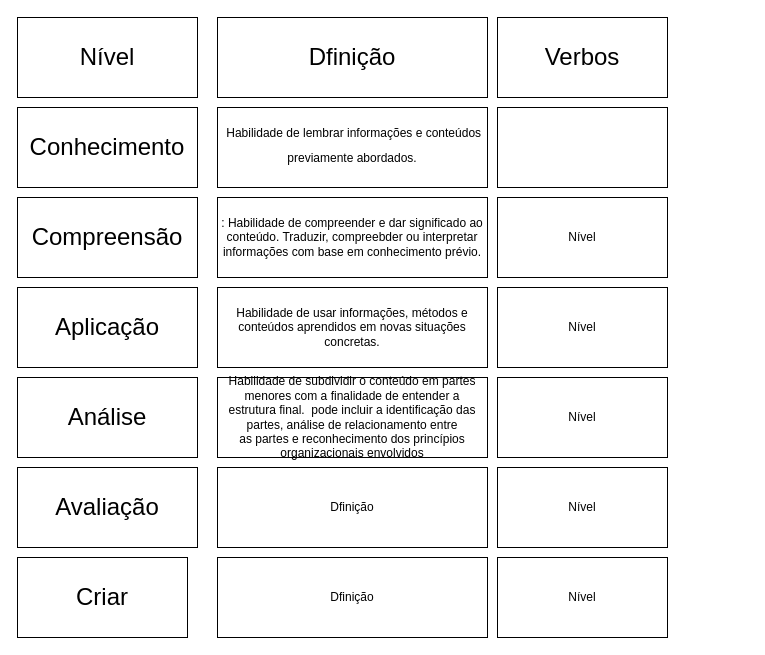
Earlier version of the draw.io diagram Tabela BLOOM.drawio (RosianeSangali/RosianeSangali). Source tidied: cells renumbered, new cells numbered last; positions are measured from the earlier drawing's top-left corner, leaving out a move shared by most shapes. Both pictures are drawn from the tidied source at 100%, with x=0, y=0 at pixel (17, 17).
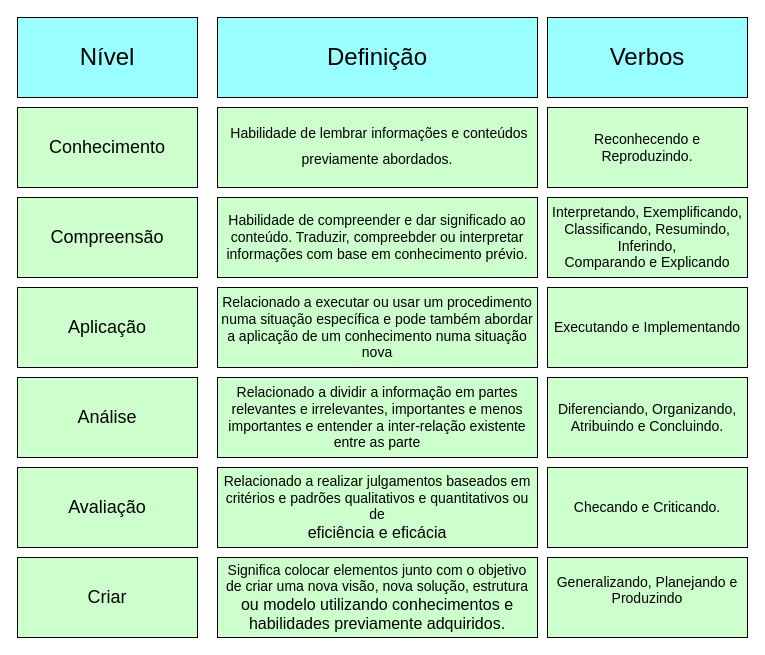
Above is the later version.

Diff of the diagram source:
```diff
@@
-    <mxCell id="2" value="&lt;font style=&quot;vertical-align: inherit; font-size: 24px;&quot;&gt;Conhecimento&lt;/font&gt;" style="rounded=0;whiteSpace=wrap;html=1;" parent="1" vertex="1">
+    <mxCell id="2" value="&lt;font style=&quot;vertical-align: inherit; font-size: 18px;&quot;&gt;Conhecimento&lt;/font&gt;" style="rounded=0;whiteSpace=wrap;html=1;fillColor=#CCFFCC;" parent="1" vertex="1">
       <mxGeometry y="90" width="180" height="80" as="geometry" />
     </mxCell>
-    <mxCell id="3" value="&lt;div&gt;&amp;nbsp;Habilidade de lembrar informações e conteúdos previamente abordados.&lt;span style=&quot;font-size: 24px;&quot;&gt;&lt;/span&gt;&lt;/div&gt;" style="rounded=0;whiteSpace=wrap;html=1;" parent="1" vertex="1">
-      <mxGeometry x="200" y="90" width="270" height="80" as="geometry" />
+    <mxCell id="3" value="&lt;div style=&quot;&quot;&gt;&lt;font style=&quot;font-size: 14px;&quot;&gt;&amp;nbsp;Habilidade de lembrar informações e conteúdos previamente abordados.&lt;/font&gt;&lt;span style=&quot;font-size: 24px;&quot;&gt;&lt;/span&gt;&lt;/div&gt;" style="rounded=0;whiteSpace=wrap;html=1;fillColor=#CCFFCC;" parent="1" vertex="1">
+      <mxGeometry x="200" y="90" width="320" height="80" as="geometry" />
     </mxCell>
-    <mxCell id="4" style="rounded=0;whiteSpace=wrap;html=1;" parent="1" vertex="1">
-      <mxGeometry x="480" y="90" width="170" height="80" as="geometry" />
+    <mxCell id="4" value="&lt;font style=&quot;font-size: 14px;&quot;&gt;Reconhecendo e Reproduzindo.&lt;/font&gt;" style="rounded=0;whiteSpace=wrap;html=1;fillColor=#CCFFCC;" parent="1" vertex="1">
+      <mxGeometry x="530" y="90" width="200" height="80" as="geometry" />
     </mxCell>
-    <mxCell id="5" value="&lt;font style=&quot;vertical-align: inherit; font-size: 24px;&quot;&gt;Compreensão&lt;/font&gt;" style="rounded=0;whiteSpace=wrap;html=1;" parent="1" vertex="1">
+    <mxCell id="5" value="&lt;font style=&quot;vertical-align: inherit; font-size: 18px;&quot;&gt;Compreensão&lt;/font&gt;" style="rounded=0;whiteSpace=wrap;html=1;fillColor=#CCFFCC;" parent="1" vertex="1">
       <mxGeometry y="180" width="180" height="80" as="geometry" />
     </mxCell>
-    <mxCell id="6" value="&lt;font style=&quot;vertical-align: inherit; font-size: 24px;&quot;&gt;Aplicação&lt;/font&gt;" style="rounded=0;whiteSpace=wrap;html=1;" parent="1" vertex="1">
+    <mxCell id="6" value="&lt;font style=&quot;vertical-align: inherit; font-size: 18px;&quot;&gt;Aplicação&lt;/font&gt;" style="rounded=0;whiteSpace=wrap;html=1;fillColor=#CCFFCC;" parent="1" vertex="1">
       <mxGeometry y="270" width="180" height="80" as="geometry" />
     </mxCell>
-    <mxCell id="7" value="&lt;font style=&quot;vertical-align: inherit; font-size: 24px;&quot;&gt;Análise&lt;/font&gt;" style="rounded=0;whiteSpace=wrap;html=1;" parent="1" vertex="1">
+    <mxCell id="7" value="&lt;font style=&quot;vertical-align: inherit; font-size: 18px;&quot;&gt;Análise&lt;/font&gt;" style="rounded=0;whiteSpace=wrap;html=1;fillColor=#CCFFCC;" parent="1" vertex="1">
       <mxGeometry y="360" width="180" height="80" as="geometry" />
     </mxCell>
-    <mxCell id="8" value="&lt;font style=&quot;vertical-align: inherit; font-size: 24px;&quot;&gt;Avaliação&lt;/font&gt;" style="rounded=0;whiteSpace=wrap;html=1;" parent="1" vertex="1">
+    <mxCell id="8" value="&lt;font style=&quot;vertical-align: inherit; font-size: 18px;&quot;&gt;Avaliação&lt;/font&gt;" style="rounded=0;whiteSpace=wrap;html=1;fillColor=#CCFFCC;" parent="1" vertex="1">
       <mxGeometry y="450" width="180" height="80" as="geometry" />
     </mxCell>
-    <mxCell id="9" value="&lt;font style=&quot;vertical-align: inherit; font-size: 24px;&quot;&gt;Criar&lt;/font&gt;" style="rounded=0;whiteSpace=wrap;html=1;" parent="1" vertex="1">
-      <mxGeometry y="540" width="170" height="80" as="geometry" />
+    <mxCell id="9" value="&lt;font style=&quot;vertical-align: inherit; font-size: 18px;&quot;&gt;Criar&lt;/font&gt;" style="rounded=0;whiteSpace=wrap;html=1;fillColor=#CCFFCC;" parent="1" vertex="1">
+      <mxGeometry y="540" width="180" height="80" as="geometry" />
     </mxCell>
-    <mxCell id="10" value="Nível" style="rounded=0;whiteSpace=wrap;html=1;" parent="1" vertex="1">
-      <mxGeometry x="480" y="180" width="170" height="80" as="geometry" />
+    <mxCell id="10" value="&lt;font style=&quot;vertical-align: inherit; font-size: 14px;&quot;&gt;Interpretando, Exemplificando, Classificando, Resumindo, Inferindo,&lt;br&gt;Comparando e Explicando&lt;/font&gt;" style="rounded=0;whiteSpace=wrap;html=1;fillColor=#CCFFCC;" parent="1" vertex="1">
+      <mxGeometry x="530" y="180" width="200" height="80" as="geometry" />
     </mxCell>
-    <mxCell id="11" value="Nível" style="rounded=0;whiteSpace=wrap;html=1;" parent="1" vertex="1">
-      <mxGeometry x="480" y="270" width="170" height="80" as="geometry" />
+    <mxCell id="11" value="&lt;font style=&quot;vertical-align: inherit; font-size: 14px;&quot;&gt;Executando e Implementando&lt;/font&gt;" style="rounded=0;whiteSpace=wrap;html=1;fillColor=#CCFFCC;" parent="1" vertex="1">
+      <mxGeometry x="530" y="270" width="200" height="80" as="geometry" />
     </mxCell>
-    <mxCell id="12" value="Nível" style="rounded=0;whiteSpace=wrap;html=1;" parent="1" vertex="1">
-      <mxGeometry x="480" y="360" width="170" height="80" as="geometry" />
+    <mxCell id="12" value="&lt;font style=&quot;vertical-align: inherit; font-size: 14px;&quot;&gt;Diferenciando, Organizando, Atribuindo e Concluindo.&lt;/font&gt;" style="rounded=0;whiteSpace=wrap;html=1;fillColor=#CCFFCC;" parent="1" vertex="1">
+      <mxGeometry x="530" y="360" width="200" height="80" as="geometry" />
     </mxCell>
-    <mxCell id="13" value="Nível" style="rounded=0;whiteSpace=wrap;html=1;" parent="1" vertex="1">
-      <mxGeometry x="480" y="450" width="170" height="80" as="geometry" />
+    <mxCell id="13" value="&lt;font style=&quot;vertical-align: inherit; font-size: 14px;&quot;&gt;Checando e Criticando.&lt;/font&gt;" style="rounded=0;whiteSpace=wrap;html=1;fillColor=#CCFFCC;" parent="1" vertex="1">
+      <mxGeometry x="530" y="450" width="200" height="80" as="geometry" />
     </mxCell>
-    <mxCell id="14" value="Nível" style="rounded=0;whiteSpace=wrap;html=1;" parent="1" vertex="1">
-      <mxGeometry x="480" y="540" width="170" height="80" as="geometry" />
+    <mxCell id="14" value="&lt;font style=&quot;vertical-align: inherit; font-size: 14px;&quot;&gt; Generalizando, Planejando e Produzindo&lt;/font&gt;&lt;div&gt;&lt;br&gt;&lt;/div&gt;" style="rounded=0;whiteSpace=wrap;html=1;fillColor=#CCFFCC;" parent="1" vertex="1">
+      <mxGeometry x="530" y="540" width="200" height="80" as="geometry" />
     </mxCell>
-    <mxCell id="15" value=": Habilidade de compreender e dar significado ao conteúdo. Traduzir, compreebder ou interpretar informações com base em conhecimento prévio." style="rounded=0;whiteSpace=wrap;html=1;" parent="1" vertex="1">
-      <mxGeometry x="200" y="180" width="270" height="80" as="geometry" />
+    <mxCell id="15" value="&lt;div style=&quot;&quot;&gt;&lt;span style=&quot;font-size: 14px; background-color: initial;&quot;&gt;Habilidade de compreender e dar significado ao conteúdo. Traduzir, compreebder ou interpretar informações com base em conhecimento prévio.&lt;/span&gt;&lt;/div&gt;" style="rounded=0;whiteSpace=wrap;html=1;align=center;fillColor=#CCFFCC;" parent="1" vertex="1">
+      <mxGeometry x="200" y="180" width="320" height="80" as="geometry" />
     </mxCell>
-    <mxCell id="16" value="Habilidade de usar informações, métodos e conteúdos aprendidos em novas situações&lt;br/&gt;concretas." style="rounded=0;whiteSpace=wrap;html=1;" parent="1" vertex="1">
-      <mxGeometry x="200" y="270" width="270" height="80" as="geometry" />
+    <mxCell id="16" value="&lt;div style=&quot;&quot;&gt;&lt;span style=&quot;font-size: 14px; background-color: initial;&quot;&gt;Relacionado a executar ou usar um procedimento numa situação específica e pode também abordar&lt;/span&gt;&lt;/div&gt;&lt;font style=&quot;font-size: 14px;&quot;&gt;&lt;div style=&quot;&quot;&gt;&lt;span style=&quot;background-color: initial;&quot;&gt;a aplicação de um conhecimento numa situação nova&lt;/span&gt;&lt;/div&gt;&lt;/font&gt;" style="rounded=0;whiteSpace=wrap;html=1;align=center;fillColor=#CCFFCC;" parent="1" vertex="1">
+      <mxGeometry x="200" y="270" width="320" height="80" as="geometry" />
     </mxCell>
-    <mxCell id="17" value="Habilidade de subdividir o conteúdo em partes menores com a finalidade de entender a&lt;br/&gt;estrutura final.&amp;nbsp; pode incluir a identificação das partes, análise de relacionamento entre&lt;br/&gt;as partes e reconhecimento dos princípios organizacionais envolvidos" style="rounded=0;whiteSpace=wrap;html=1;" parent="1" vertex="1">
-      <mxGeometry x="200" y="360" width="270" height="80" as="geometry" />
+    <mxCell id="17" value="&lt;div style=&quot;&quot;&gt;&lt;span style=&quot;font-size: 14px; background-color: initial;&quot;&gt;Relacionado a dividir a informação em partes relevantes e irrelevantes, importantes e menos&lt;/span&gt;&lt;/div&gt;&lt;font style=&quot;font-size: 14px;&quot;&gt;&lt;div style=&quot;&quot;&gt;&lt;span style=&quot;background-color: initial;&quot;&gt;importantes e entender a inter-relação existente entre as parte&lt;/span&gt;&lt;/div&gt;&lt;/font&gt;" style="rounded=0;whiteSpace=wrap;html=1;align=center;fillColor=#CCFFCC;" parent="1" vertex="1">
+      <mxGeometry x="200" y="360" width="320" height="80" as="geometry" />
     </mxCell>
-    <mxCell id="18" value="Dfinição" style="rounded=0;whiteSpace=wrap;html=1;" parent="1" vertex="1">
-      <mxGeometry x="200" y="450" width="270" height="80" as="geometry" />
+    <mxCell id="18" value="&lt;div style=&quot;&quot;&gt;&lt;span style=&quot;background-color: initial;&quot;&gt;&lt;font style=&quot;font-size: 14px;&quot;&gt;Relacionado a realizar julgamentos baseados em critérios e padrões qualitativos e quantitativos ou de&lt;/font&gt;&lt;/span&gt;&lt;/div&gt;&lt;font size=&quot;3&quot; style=&quot;vertical-align: inherit;&quot;&gt;&lt;div style=&quot;&quot;&gt;&lt;span style=&quot;background-color: initial;&quot;&gt;eficiência e eficácia&lt;/span&gt;&lt;/div&gt;&lt;/font&gt;" style="rounded=0;whiteSpace=wrap;html=1;align=center;fillColor=#CCFFCC;" parent="1" vertex="1">
+      <mxGeometry x="200" y="450" width="320" height="80" as="geometry" />
     </mxCell>
-    <mxCell id="19" value="Dfinição" style="rounded=0;whiteSpace=wrap;html=1;" parent="1" vertex="1">
-      <mxGeometry x="200" y="540" width="270" height="80" as="geometry" />
+    <mxCell id="19" value="&lt;div style=&quot;&quot;&gt;&lt;span style=&quot;background-color: initial;&quot;&gt;&lt;font style=&quot;font-size: 14px;&quot;&gt;Significa colocar elementos junto com o objetivo de criar uma nova visão, nova solução, estrutura&lt;/font&gt;&lt;/span&gt;&lt;/div&gt;&lt;font size=&quot;3&quot; style=&quot;vertical-align: inherit;&quot;&gt;&lt;div style=&quot;&quot;&gt;&lt;span style=&quot;background-color: initial;&quot;&gt;ou modelo utilizando conhecimentos e habilidades previamente adquiridos.&lt;/span&gt;&lt;/div&gt;&lt;/font&gt;" style="rounded=0;whiteSpace=wrap;html=1;fillColor=#CCFFCC;align=center;" parent="1" vertex="1">
+      <mxGeometry x="200" y="540" width="320" height="80" as="geometry" />
     </mxCell>
-    <mxCell id="20" value="&lt;font style=&quot;vertical-align: inherit; font-size: 24px;&quot;&gt;Nível&lt;/font&gt;" style="rounded=0;whiteSpace=wrap;html=1;" parent="1" vertex="1">
+    <mxCell id="20" value="&lt;font style=&quot;vertical-align: inherit; font-size: 24px;&quot;&gt;Nível&lt;/font&gt;" style="rounded=0;whiteSpace=wrap;html=1;fillColor=#99FFFF;" parent="1" vertex="1">
       <mxGeometry width="180" height="80" as="geometry" />
     </mxCell>
-    <mxCell id="21" value="&lt;font style=&quot;vertical-align: inherit; font-size: 24px;&quot;&gt;Dfinição&lt;/font&gt;" style="rounded=0;whiteSpace=wrap;html=1;" parent="1" vertex="1">
-      <mxGeometry x="200" width="270" height="80" as="geometry" />
+    <mxCell id="21" value="&lt;font style=&quot;vertical-align: inherit; font-size: 24px;&quot;&gt;Definição&lt;/font&gt;" style="rounded=0;whiteSpace=wrap;html=1;fillColor=#99FFFF;" parent="1" vertex="1">
+      <mxGeometry x="200" width="320" height="80" as="geometry" />
     </mxCell>
-    <mxCell id="22" value="&lt;font style=&quot;vertical-align: inherit; font-size: 24px;&quot;&gt;Verbos&lt;/font&gt;" style="rounded=0;whiteSpace=wrap;html=1;" parent="1" vertex="1">
-      <mxGeometry x="480" width="170" height="80" as="geometry" />
+    <mxCell id="22" value="&lt;font style=&quot;vertical-align: inherit; font-size: 24px;&quot;&gt;Verbos&lt;/font&gt;" style="rounded=0;whiteSpace=wrap;html=1;fillColor=#99FFFF;" parent="1" vertex="1">
+      <mxGeometry x="530" width="200" height="80" as="geometry" />
     </mxCell>
```
